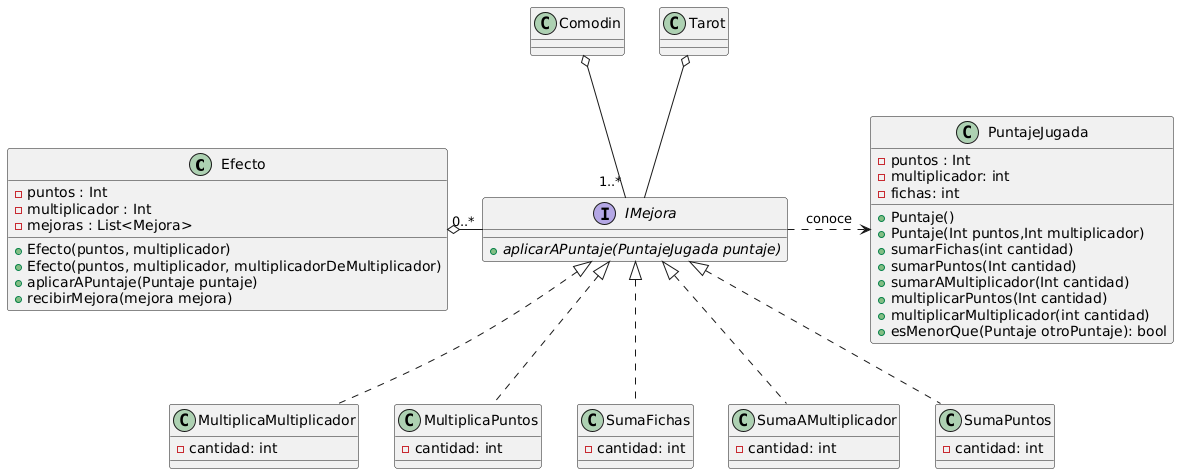
The PlantUML diagram diagrams/classes/DC-IMejoras.png in Sotelo27/TP2-Balatro-Grupo-08, before a commit.
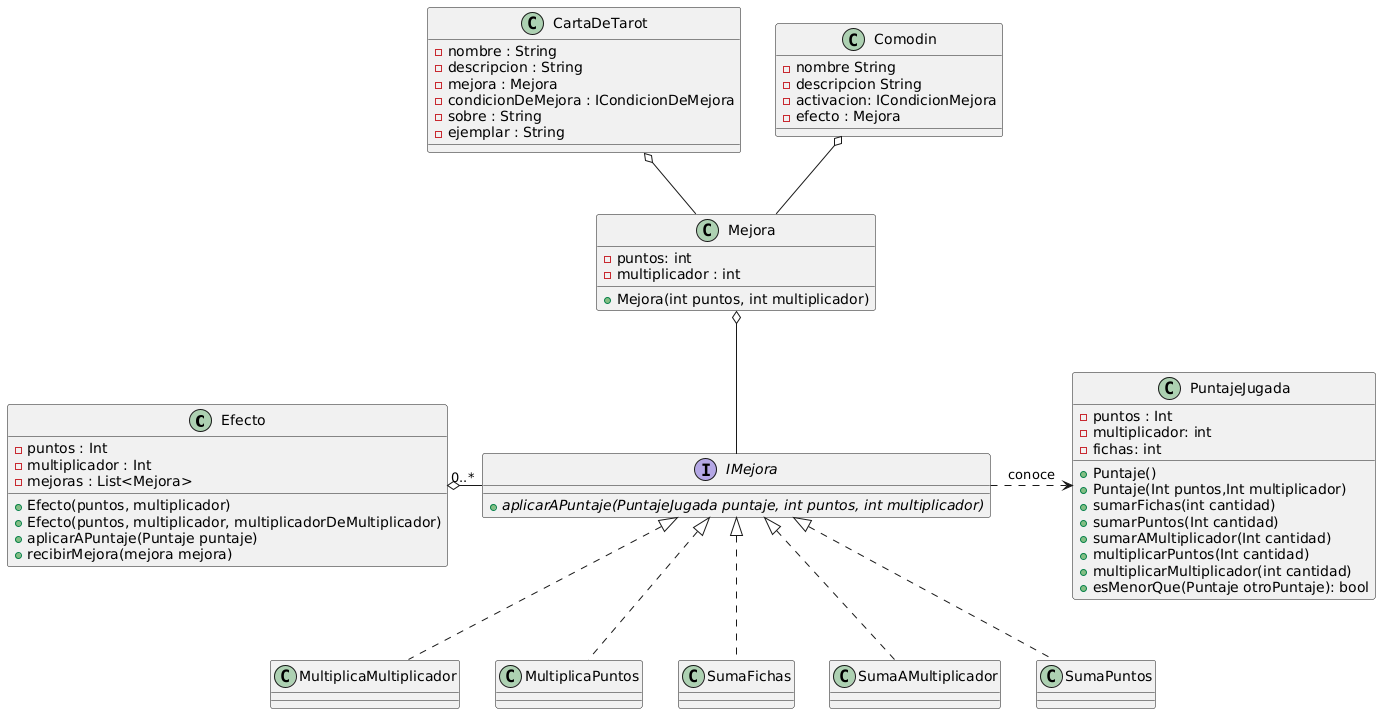
Later version of the same file.

Commit message:
update de diagramas y diagramas nuevos

Diff of the diagram source:
```diff
@@ -9,7 +9,7 @@
     + recibirMejora(mejora mejora)
 }
 interface IMejora{
-  {abstract}  + aplicarAPuntaje(PuntajeJugada puntaje)
+  {abstract}  + aplicarAPuntaje(PuntajeJugada puntaje, int puntos, int multiplicador)
 }
 class PuntajeJugada{
   - puntos : Int
@@ -26,29 +26,51 @@
 }
 
 class MultiplicaMultiplicador implements IMejora{
-  - cantidad: int
+
 }
 
 class MultiplicaPuntos implements IMejora{
-  - cantidad: int
+
   }
 
 class SumaFichas implements IMejora{
-  - cantidad: int
+
   }
 
 
 class SumaAMultiplicador implements IMejora{
-  - cantidad: int
+
   }
 
 
 class SumaPuntos implements IMejora{
-  - cantidad: int
+
   }
+
+class CartaDeTarot{
+    - nombre : String
+    - descripcion : String
+    - mejora : Mejora
+    - condicionDeMejora : ICondicionDeMejora
+    - sobre : String
+    - ejemplar : String
+}
+
+class Comodin{
+  -  nombre String
+  -  descripcion String
+  -  activacion: ICondicionMejora
+  -  efecto : Mejora
+  }
+class Mejora{
+  - puntos: int
+  - multiplicador : int
+  + Mejora(int puntos, int multiplicador)
+}
+Mejora o-- IMejora
 Efecto o- "0..*" IMejora
 IMejora .> PuntajeJugada :conoce
 
-Comodin o-- "1..*" IMejora
-Tarot o-- IMejora
+Comodin o-- Mejora
+CartaDeTarot o-- Mejora
 @enduml
```
